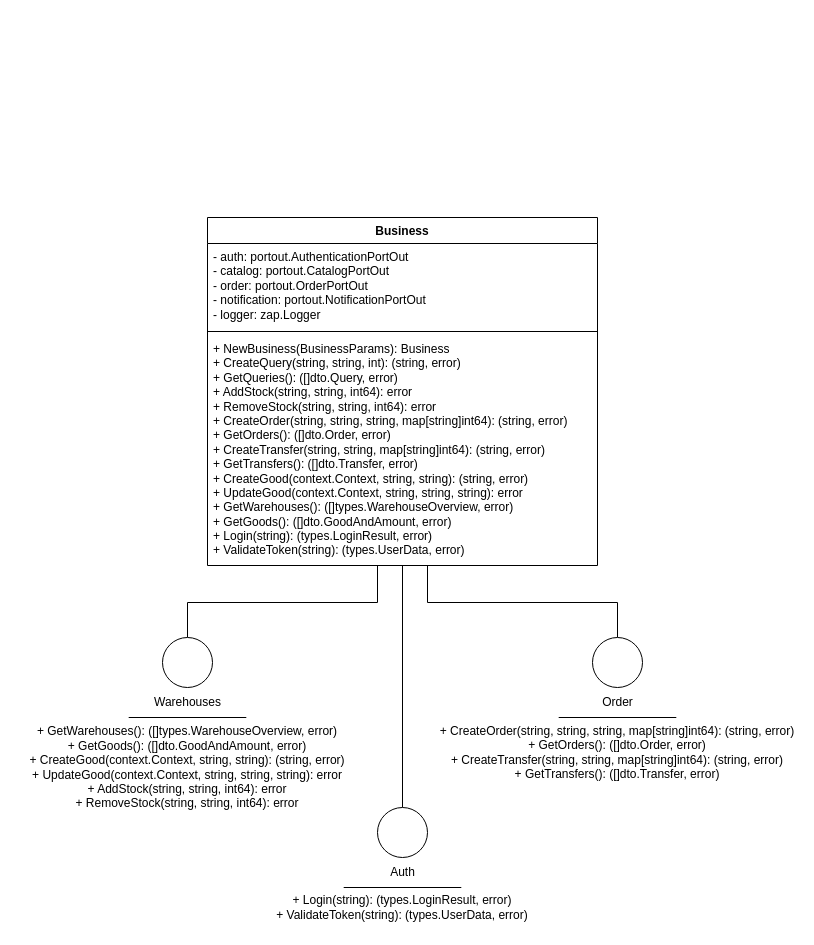
Earlier version of the draw.io diagram page "business" (2 of 4) of assets/drawio/apigateway.drawio (alimitedgroup/alimitedgroup.github.io). Source tidied: cells renumbered, new cells numbered last; positions are measured from the earlier drawing's top-left corner, leaving out a move shared by most shapes. Both pictures are drawn from the tidied source at 100%, with x=0, y=0 at pixel (17, 217).
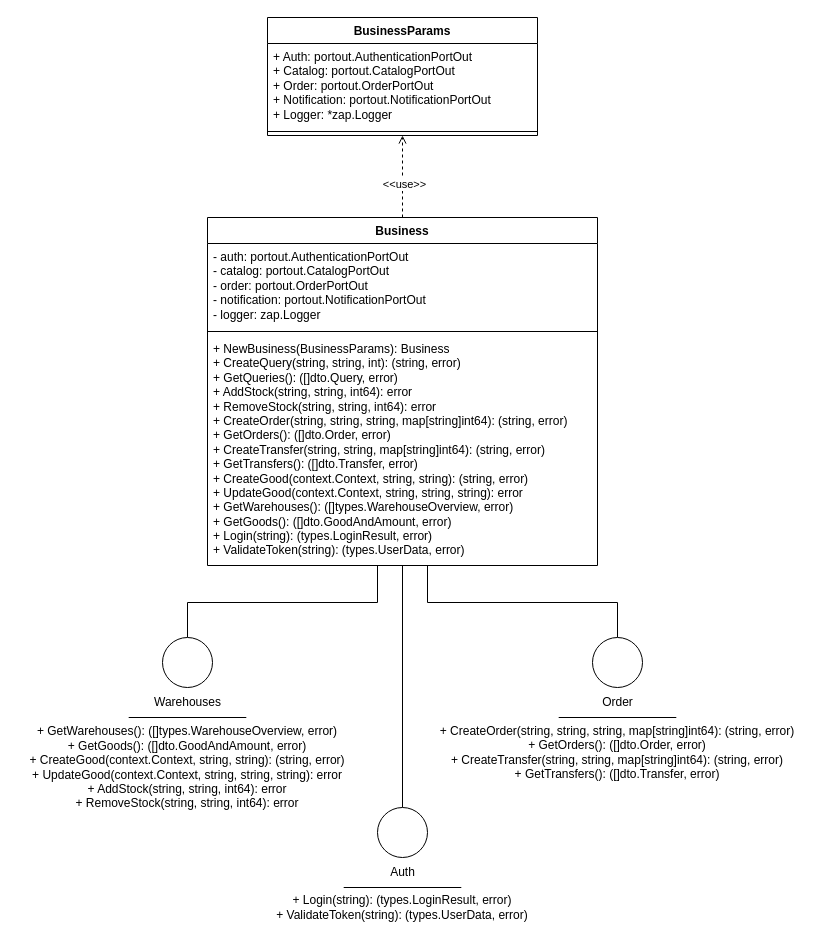
Above is the later version.

Unchanged cells that the change refers to:
```xml
<mxCell id="5" value="Business" style="swimlane;fontStyle=1;align=center;verticalAlign=top;horizontal=1;startSize=26;whiteSpace=wrap;html=1;" parent="1" vertex="1">
  <mxGeometry x="190" width="390" height="348" as="geometry" />
</mxCell>
```

Diff of the diagram source:
```diff
@@
+    <mxCell id="21" value="BusinessParams" style="swimlane;fontStyle=1;align=center;verticalAlign=top;horizontal=1;startSize=26;whiteSpace=wrap;html=1;" parent="1" vertex="1">
+      <mxGeometry x="250" y="-200" width="270" height="118" as="geometry" />
+    </mxCell>
+    <mxCell id="22" value="&lt;div&gt;&lt;span style=&quot;background-color: transparent; color: light-dark(rgb(0, 0, 0), rgb(255, 255, 255));&quot;&gt;+ Auth: portout.AuthenticationPortOut&lt;/span&gt;&lt;/div&gt;&lt;div&gt;&lt;div&gt;&lt;span style=&quot;white-space: normal;&quot;&gt;+ Catalog: portout.CatalogPortOut&lt;/span&gt;&lt;/div&gt;&lt;div&gt;&lt;span style=&quot;white-space: normal;&quot;&gt;+ Order: portout.OrderPortOut&lt;/span&gt;&lt;/div&gt;&lt;div&gt;&lt;span style=&quot;white-space: normal;&quot;&gt;+ Notification: portout.NotificationPortOut&lt;/span&gt;&lt;/div&gt;&lt;div&gt;&lt;span style=&quot;white-space: normal;&quot;&gt;+ Logger: *zap.Logger&lt;/span&gt;&lt;/div&gt;&lt;/div&gt;" style="text;strokeColor=none;fillColor=none;align=left;verticalAlign=top;spacingLeft=4;spacingRight=4;overflow=hidden;whiteSpace=wrap;html=1;" parent="21" vertex="1">
+      <mxGeometry y="26" width="270" height="84" as="geometry" />
+    </mxCell>
+    <mxCell id="23" style="line;strokeWidth=1;fillColor=none;align=left;verticalAlign=middle;spacingTop=-1;spacingLeft=3;spacingRight=3;labelPosition=right;strokeColor=inherit;" parent="21" vertex="1">
+      <mxGeometry y="110" width="270" height="8" as="geometry" />
+    </mxCell>
+    <mxCell id="24" style="edgeStyle=orthogonalEdgeStyle;shape=connector;rounded=0;jettySize=auto;html=1;dashed=1;strokeColor=default;align=center;verticalAlign=middle;fontFamily=Helvetica;fontSize=11;fontColor=default;labelBackgroundColor=default;endArrow=open;endFill=0;exitX=0.5;exitY=0;exitDx=0;exitDy=0;entryX=0.5;entryY=1;entryDx=0;entryDy=0;" parent="1" edge="1" source="5" target="21">
+      <mxGeometry relative="1" as="geometry" />
+    </mxCell>
+    <mxCell id="25" value="&amp;lt;&amp;lt;use&amp;gt;&amp;gt;" style="edgeLabel;html=1;align=center;verticalAlign=middle;fontFamily=Helvetica;fontSize=11;fontColor=default;labelBackgroundColor=default;" parent="24" vertex="1">
+      <mxGeometry x="-0.16" y="-1" relative="1" as="geometry" />
+    </mxCell>
```
